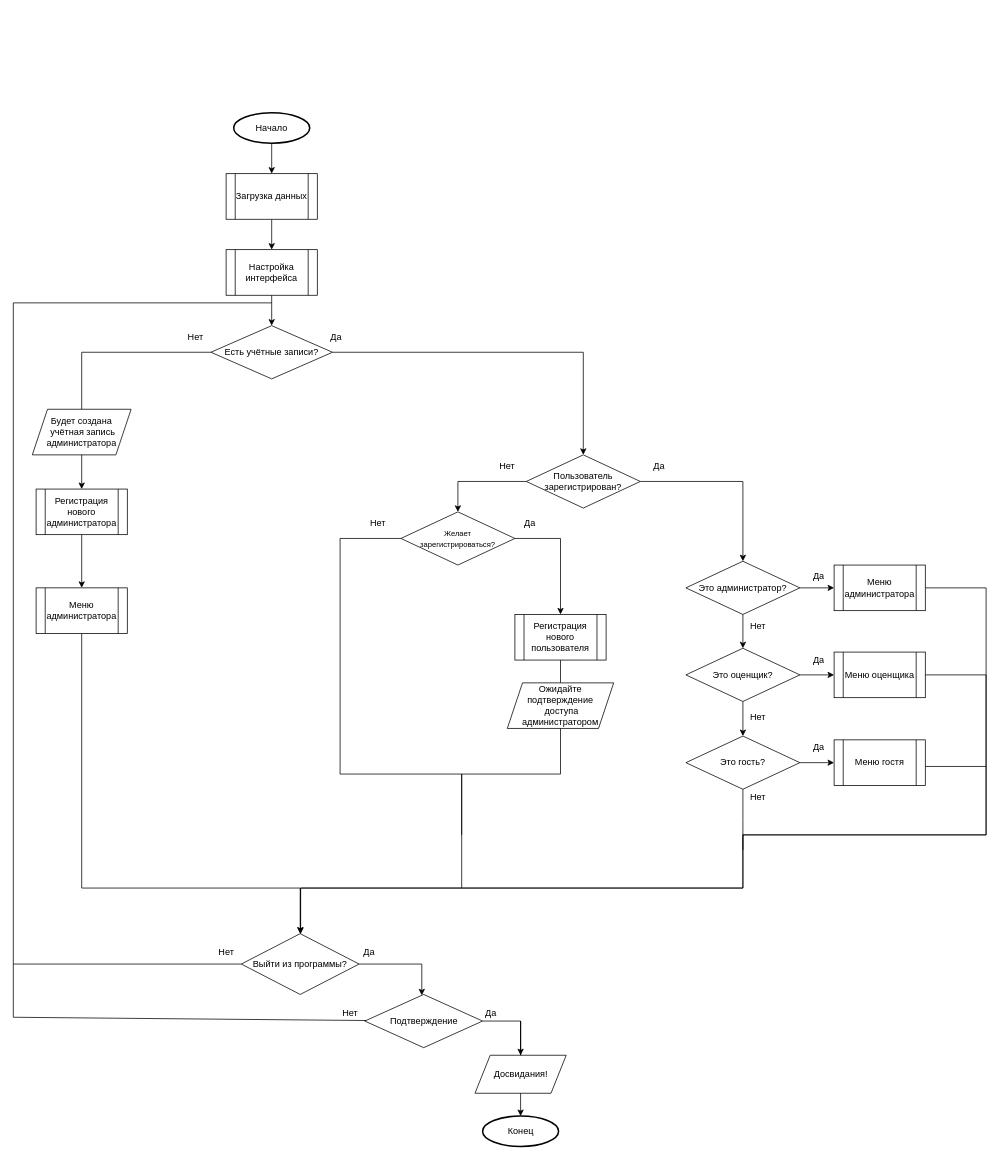
ThomasCharester/KursuckBOOPID keeps this draw.io diagram as Бюрократия/Картинки-схемы/ОтРолиПользователя.drawio. Above is the earlier version. Source tidied: cells renumbered, new cells numbered last; positions are measured from the earlier drawing's top-left corner, leaving out a move shared by most shapes. Both pictures are drawn from the tidied source at 76%, with x=0, y=0 at pixel (13, 112).
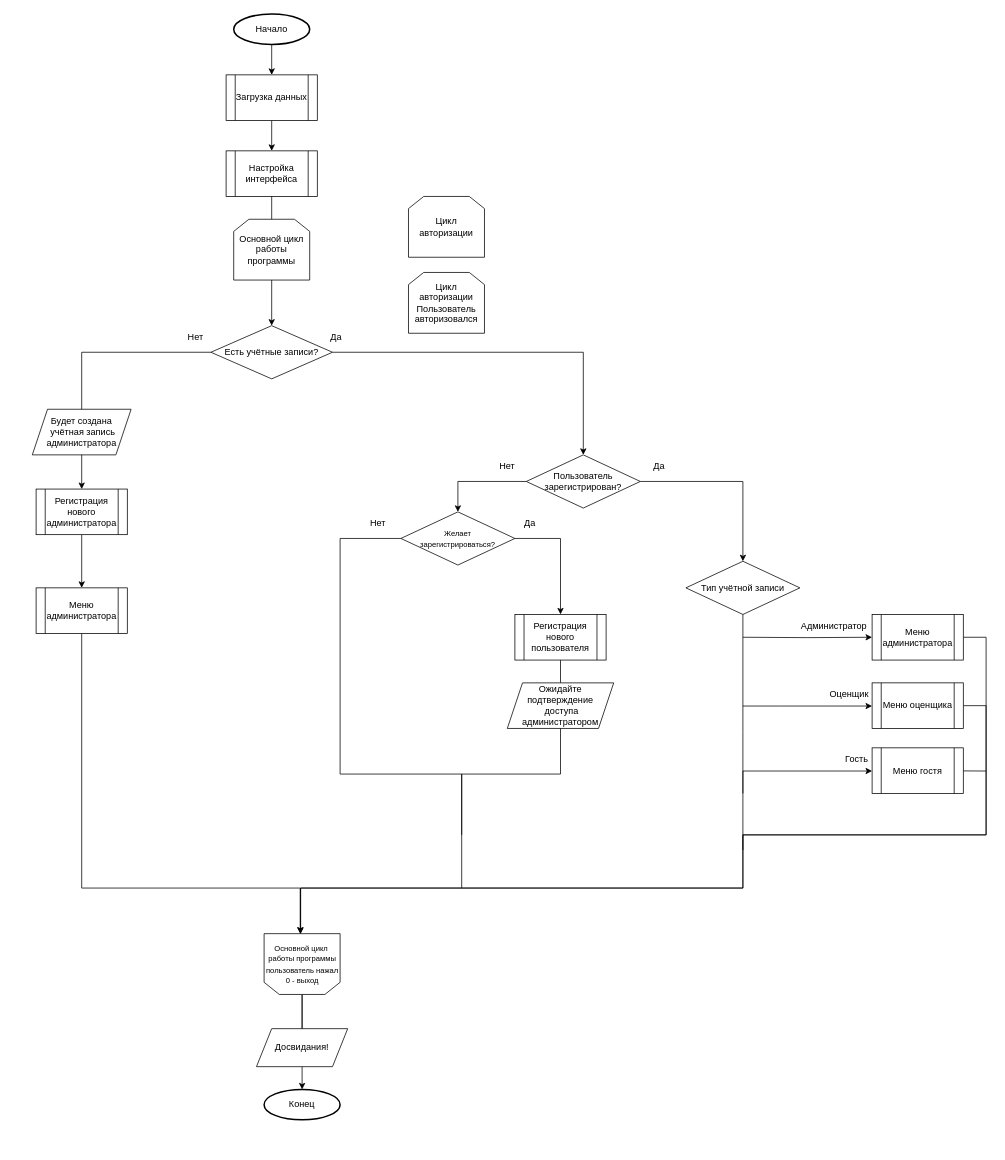
Above is the later version.

Unchanged cells that the change refers to:
```xml
<mxCell id="62" value="Меню администратора" style="shape=process;whiteSpace=wrap;html=1;backgroundOutline=1;" parent="1" vertex="1">
  <mxGeometry x="30" y="625" width="120" height="60" as="geometry" />
</mxCell>
```

Change to the diagram source:
```diff
@@
     <mxCell id="3" value="Начало" style="strokeWidth=2;html=1;shape=mxgraph.flowchart.start_1;whiteSpace=wrap;" parent="1" vertex="1">
-      <mxGeometry x="290" width="100" height="40" as="geometry" />
+      <mxGeometry x="290" y="-130" width="100" height="40" as="geometry" />
     </mxCell>
@@
     <mxCell id="5" value="Загрузка данных" style="shape=process;whiteSpace=wrap;html=1;backgroundOutline=1;" parent="1" vertex="1">
-      <mxGeometry x="280" y="80" width="120" height="60" as="geometry" />
+      <mxGeometry x="280" y="-50" width="120" height="60" as="geometry" />
     </mxCell>
@@
     <mxCell id="7" value="Настройка интерфейса" style="shape=process;whiteSpace=wrap;html=1;backgroundOutline=1;" parent="1" vertex="1">
-      <mxGeometry x="280" y="180" width="120" height="60" as="geometry" />
+      <mxGeometry x="280" y="50" width="120" height="60" as="geometry" />
     </mxCell>
-    <mxCell id="8" style="edgeStyle=orthogonalEdgeStyle;rounded=0;jettySize=auto;html=1;" parent="1" edge="1" source="10" target="13">
-      <mxGeometry relative="1" as="geometry" />
-    </mxCell>
-    <mxCell id="9" style="edgeStyle=orthogonalEdgeStyle;rounded=0;jettySize=auto;html=1;" parent="1" edge="1" source="10" target="18">
-      <mxGeometry relative="1" as="geometry" />
+    <mxCell id="9" style="edgeStyle=orthogonalEdgeStyle;rounded=0;jettySize=auto;html=1;" parent="1" edge="1" target="18">
+      <mxGeometry relative="1" as="geometry">
+        <mxPoint x="960" y="690" as="sourcePoint" />
+      </mxGeometry>
     </mxCell>
-    <mxCell id="10" value="Это администратор?" style="rhombus;whiteSpace=wrap;html=1;" parent="1" vertex="1">
+    <mxCell id="10" value="Тип учётной записи" style="rhombus;whiteSpace=wrap;html=1;" parent="1" vertex="1">
       <mxGeometry x="885" y="590" width="150" height="70" as="geometry" />
     </mxCell>
-    <mxCell id="11" style="edgeStyle=orthogonalEdgeStyle;rounded=0;jettySize=auto;html=1;" parent="1" edge="1" source="13" target="16">
-      <mxGeometry relative="1" as="geometry" />
-    </mxCell>
-    <mxCell id="12" style="edgeStyle=orthogonalEdgeStyle;rounded=0;jettySize=auto;html=1;" parent="1" edge="1" source="13" target="20">
-      <mxGeometry relative="1" as="geometry" />
+    <mxCell id="12" style="edgeStyle=orthogonalEdgeStyle;rounded=0;jettySize=auto;html=1;" parent="1" edge="1" target="20">
+      <mxGeometry relative="1" as="geometry">
+        <mxPoint x="960" y="780.5" as="sourcePoint" />
+        <Array as="points">
+          <mxPoint x="1010" y="780.5" />
+          <mxPoint x="1010" y="780.5" />
+        </Array>
+      </mxGeometry>
     </mxCell>
-    <mxCell id="13" value="Это оценщик?" style="rhombus;whiteSpace=wrap;html=1;" parent="1" vertex="1">
-      <mxGeometry x="885" y="704.5" width="150" height="70" as="geometry" />
-    </mxCell>
-    <mxCell id="14" style="edgeStyle=orthogonalEdgeStyle;rounded=0;jettySize=auto;html=1;" parent="1" edge="1" source="16" target="21">
-      <mxGeometry relative="1" as="geometry" />
+    <mxCell id="14" style="edgeStyle=orthogonalEdgeStyle;rounded=0;jettySize=auto;html=1;" parent="1" edge="1" target="21">
+      <mxGeometry relative="1" as="geometry">
+        <mxPoint x="960" y="895.5" as="sourcePoint" />
+        <Array as="points">
+          <mxPoint x="960" y="866" />
+        </Array>
+      </mxGeometry>
     </mxCell>
-    <mxCell id="15" style="edgeStyle=orthogonalEdgeStyle;rounded=0;jettySize=auto;html=1;endArrow=none;endFill=0;" parent="1" edge="1" source="16">
+    <mxCell id="15" style="edgeStyle=orthogonalEdgeStyle;rounded=0;jettySize=auto;html=1;endArrow=none;endFill=0;exitX=0.5;exitY=1;exitDx=0;exitDy=0;" parent="1" edge="1" source="10">
       <mxGeometry relative="1" as="geometry">
         <mxPoint x="960" y="970" as="targetPoint" />
       </mxGeometry>
     </mxCell>
-    <mxCell id="16" value="Это гость?" style="rhombus;whiteSpace=wrap;html=1;" parent="1" vertex="1">
-      <mxGeometry x="885" y="820" width="150" height="70" as="geometry" />
-    </mxCell>
-    <mxCell id="17" style="edgeStyle=orthogonalEdgeStyle;rounded=0;jettySize=auto;html=1;" parent="1" edge="1" source="18" target="29">
+    <mxCell id="17" style="edgeStyle=orthogonalEdgeStyle;rounded=0;jettySize=auto;html=1;" parent="1" edge="1" source="18">
       <mxGeometry relative="1" as="geometry">
+        <mxPoint x="378" y="1080.3" as="targetPoint" />
         <Array as="points">
-          <mxPoint x="1280" y="625" />
+          <mxPoint x="1280" y="690" />
           <mxPoint x="1280" y="950" />
           <mxPoint x="960" y="950" />
           <mxPoint x="960" y="1020" />
           <mxPoint x="378" y="1020" />
         </Array>
       </mxGeometry>
     </mxCell>
     <mxCell id="18" value="Меню администратора" style="shape=process;whiteSpace=wrap;html=1;backgroundOutline=1;" parent="1" vertex="1">
-      <mxGeometry x="1080" y="595" width="120" height="60" as="geometry" />
+      <mxGeometry x="1130" y="660" width="120" height="60" as="geometry" />
     </mxCell>
-    <mxCell id="19" style="edgeStyle=orthogonalEdgeStyle;rounded=0;jettySize=auto;html=1;endArrow=none;endFill=0;" parent="1" edge="1" source="20" target="29">
+    <mxCell id="19" style="edgeStyle=orthogonalEdgeStyle;rounded=0;jettySize=auto;html=1;endArrow=none;endFill=0;" parent="1" edge="1" source="20">
       <mxGeometry relative="1" as="geometry">
+        <mxPoint x="378" y="1080.3" as="targetPoint" />
         <Array as="points">
-          <mxPoint x="1280" y="740" />
+          <mxPoint x="1280" y="780" />
           <mxPoint x="1280" y="950" />
           <mxPoint x="960" y="950" />
           <mxPoint x="960" y="1020" />
           <mxPoint x="378" y="1020" />
         </Array>
       </mxGeometry>
     </mxCell>
     <mxCell id="20" value="Меню оценщика" style="shape=process;whiteSpace=wrap;html=1;backgroundOutline=1;" parent="1" vertex="1">
-      <mxGeometry x="1080" y="709.5" width="120" height="60" as="geometry" />
+      <mxGeometry x="1130" y="750" width="120" height="60" as="geometry" />
     </mxCell>
     <mxCell id="21" value="Меню гостя" style="shape=process;whiteSpace=wrap;html=1;backgroundOutline=1;" parent="1" vertex="1">
-      <mxGeometry x="1080" y="825" width="120" height="60" as="geometry" />
+      <mxGeometry x="1130" y="835.5" width="120" height="60" as="geometry" />
     </mxCell>
-    <mxCell id="22" value="Да" style="text;html=1;align=center;verticalAlign=middle;whiteSpace=wrap;rounded=0;" parent="1" vertex="1">
-      <mxGeometry x="1030" y="595" width="60" height="30" as="geometry" />
+    <mxCell id="22" value="Администратор" style="text;html=1;align=center;verticalAlign=middle;whiteSpace=wrap;rounded=0;" parent="1" vertex="1">
+      <mxGeometry x="1050" y="660" width="60" height="30" as="geometry" />
     </mxCell>
-    <mxCell id="23" value="Да" style="text;html=1;align=center;verticalAlign=middle;whiteSpace=wrap;rounded=0;" parent="1" vertex="1">
-      <mxGeometry x="1030" y="704.5" width="60" height="30" as="geometry" />
+    <mxCell id="23" value="Оценщик" style="text;html=1;align=center;verticalAlign=middle;whiteSpace=wrap;rounded=0;" parent="1" vertex="1">
+      <mxGeometry x="1070" y="750" width="60" height="30" as="geometry" />
     </mxCell>
-    <mxCell id="24" value="Да" style="text;html=1;align=center;verticalAlign=middle;whiteSpace=wrap;rounded=0;" parent="1" vertex="1">
-      <mxGeometry x="1030" y="820" width="60" height="30" as="geometry" />
+    <mxCell id="24" value="Гость" style="text;html=1;align=center;verticalAlign=middle;whiteSpace=wrap;rounded=0;" parent="1" vertex="1">
+      <mxGeometry x="1080" y="835.5" width="60" height="30" as="geometry" />
     </mxCell>
-    <mxCell id="25" value="Нет" style="text;html=1;align=center;verticalAlign=middle;whiteSpace=wrap;rounded=0;" parent="1" vertex="1">
-      <mxGeometry x="950" y="780" width="60" height="30" as="geometry" />
-    </mxCell>
-    <mxCell id="26" value="Нет" style="text;html=1;align=center;verticalAlign=middle;whiteSpace=wrap;rounded=0;" parent="1" vertex="1">
-      <mxGeometry x="950" y="660" width="60" height="30" as="geometry" />
-    </mxCell>
-    <mxCell id="27" style="edgeStyle=orthogonalEdgeStyle;rounded=0;jettySize=auto;html=1;exitX=0;exitY=0.5;exitDx=0;exitDy=0;endArrow=none;endFill=0;" parent="1" edge="1" source="29">
-      <mxGeometry relative="1" as="geometry">
-        <mxPoint x="340" y="250" as="targetPoint" />
-        <Array as="points">
-          <mxPoint y="1120" />
-          <mxPoint y="250" />
-        </Array>
-      </mxGeometry>
-    </mxCell>
-    <mxCell id="28" style="edgeStyle=orthogonalEdgeStyle;rounded=0;jettySize=auto;html=1;" parent="1" edge="1" source="29" target="32">
+    <mxCell id="28" style="edgeStyle=orthogonalEdgeStyle;rounded=0;orthogonalLoop=1;jettySize=auto;html=1;" parent="1" edge="1">
       <mxGeometry relative="1" as="geometry">
+        <mxPoint x="455" y="1120" as="sourcePoint" />
         <Array as="points">
           <mxPoint x="537.5" y="1120" />
         </Array>
       </mxGeometry>
     </mxCell>
-    <mxCell id="29" value="Выйти из программы?" style="rhombus;whiteSpace=wrap;html=1;" parent="1" vertex="1">
-      <mxGeometry x="300" y="1080" width="155" height="80" as="geometry" />
-    </mxCell>
-    <mxCell id="30" value="Нет" style="text;html=1;align=center;verticalAlign=middle;strokeColor=none;fillColor=none;" parent="1" vertex="1">
-      <mxGeometry x="260" y="1090" width="40" height="30" as="geometry" />
-    </mxCell>
     <mxCell id="31" style="edgeStyle=orthogonalEdgeStyle;rounded=0;jettySize=auto;html=1;" parent="1" edge="1" source="38" target="34">
       <mxGeometry relative="1" as="geometry">
         <Array as="points">
-          <mxPoint x="667.5" y="1195" />
+          <mxPoint x="380" y="1160" />
         </Array>
       </mxGeometry>
     </mxCell>
-    <mxCell id="32" value="Подтверждение" style="rhombus;whiteSpace=wrap;html=1;" parent="1" vertex="1">
-      <mxGeometry x="462.5" y="1160" width="155" height="70" as="geometry" />
-    </mxCell>
-    <mxCell id="33" value="Да" style="text;html=1;align=center;verticalAlign=middle;strokeColor=none;fillColor=none;" parent="1" vertex="1">
-      <mxGeometry x="447.5" y="1090" width="40" height="30" as="geometry" />
-    </mxCell>
     <mxCell id="34" value="Конец" style="strokeWidth=2;html=1;shape=mxgraph.flowchart.start_1;whiteSpace=wrap;" parent="1" vertex="1">
-      <mxGeometry x="617.5" y="1320" width="100" height="40" as="geometry" />
+      <mxGeometry x="330" y="1285" width="100" height="40" as="geometry" />
     </mxCell>
-    <mxCell id="35" value="Да" style="text;html=1;align=center;verticalAlign=middle;strokeColor=none;fillColor=none;" parent="1" vertex="1">
-      <mxGeometry x="607.5" y="1170" width="40" height="30" as="geometry" />
-    </mxCell>
-    <mxCell id="36" value="Нет" style="text;html=1;align=center;verticalAlign=middle;strokeColor=none;fillColor=none;" parent="1" vertex="1">
-      <mxGeometry x="422.5" y="1170" width="40" height="30" as="geometry" />
-    </mxCell>
-    <mxCell id="37" style="edgeStyle=orthogonalEdgeStyle;rounded=0;jettySize=auto;html=1;exitX=1;exitY=0.5;exitDx=0;exitDy=0;" parent="1" edge="1" source="32" target="38">
-      <mxGeometry relative="1" as="geometry" />
-    </mxCell>
     <mxCell id="38" value="Досвидания!" style="shape=parallelogram;perimeter=parallelogramPerimeter;whiteSpace=wrap;html=1;fixedSize=1;" parent="1" vertex="1">
-      <mxGeometry x="607.5" y="1240" width="120" height="50" as="geometry" />
+      <mxGeometry x="320" y="1205" width="120" height="50" as="geometry" />
     </mxCell>
@@
-    <mxCell id="52" style="endArrow=none;html=1;rounded=0;" parent="1" edge="1" target="32">
-      <mxGeometry relative="1" as="geometry">
-        <mxPoint y="1120" as="sourcePoint" />
-        <Array as="points">
-          <mxPoint y="1190" />
-        </Array>
-      </mxGeometry>
-    </mxCell>
@@
-    <mxCell id="61" style="edgeStyle=orthogonalEdgeStyle;rounded=0;jettySize=auto;html=1;entryX=0.5;entryY=0;entryDx=0;entryDy=0;" parent="1" edge="1" source="62" target="29">
+    <mxCell id="61" style="edgeStyle=orthogonalEdgeStyle;rounded=0;jettySize=auto;html=1;entryX=0.5;entryY=0;entryDx=0;entryDy=0;" parent="1" edge="1" source="62">
       <mxGeometry relative="1" as="geometry">
+        <mxPoint x="377.5" y="1080" as="targetPoint" />
         <Array as="points">
           <mxPoint x="90" y="1020" />
           <mxPoint x="378" y="1020" />
         </Array>
       </mxGeometry>
     </mxCell>
@@
-    <mxCell id="63" style="endArrow=none;html=1;rounded=0;" parent="1" edge="1">
+    <mxCell id="63" style="endArrow=none;html=1;rounded=0;" parent="1" edge="1" source="21">
       <mxGeometry relative="1" as="geometry">
-        <mxPoint x="1200" y="860" as="sourcePoint" />
-        <mxPoint x="1280" y="860" as="targetPoint" />
+        <mxPoint x="1280" y="866" as="targetPoint" />
       </mxGeometry>
     </mxCell>
-    <mxCell id="64" value="Нет" style="text;html=1;align=center;verticalAlign=middle;whiteSpace=wrap;rounded=0;" parent="1" vertex="1">
-      <mxGeometry x="950" y="885" width="60" height="30" as="geometry" />
-    </mxCell>
+    <mxCell id="65" value="Цикл авторизации" style="shape=loopLimit;whiteSpace=wrap;html=1;" parent="1" vertex="1">
+      <mxGeometry x="520" y="110" width="100" height="80" as="geometry" />
+    </mxCell>
+    <mxCell id="66" value="Основной цикл работы программы" style="shape=loopLimit;whiteSpace=wrap;html=1;" parent="1" vertex="1">
+      <mxGeometry x="290" y="140" width="100" height="80" as="geometry" />
+    </mxCell>
+    <mxCell id="67" value="Цикл авторизации&lt;div&gt;Пользователь авторизовался&lt;/div&gt;" style="shape=loopLimit;whiteSpace=wrap;html=1;" parent="1" vertex="1">
+      <mxGeometry x="520" y="210" width="100" height="80" as="geometry" />
+    </mxCell>
+    <mxCell id="68" style="shape=loopLimit;whiteSpace=wrap;html=1;rotation=-180;" parent="1" vertex="1">
+      <mxGeometry x="330" y="1080" width="100" height="80" as="geometry" />
+    </mxCell>
+    <mxCell id="69" value="&lt;font style=&quot;font-size: 10px;&quot;&gt;&lt;span style=&quot;text-wrap: wrap;&quot;&gt;Основной&amp;nbsp;&lt;/span&gt;&lt;span style=&quot;text-wrap: wrap; background-color: initial;&quot;&gt;цикл&amp;nbsp;&lt;/span&gt;&lt;/font&gt;&lt;div&gt;&lt;div&gt;&lt;span style=&quot;text-wrap: wrap;&quot;&gt;&lt;font style=&quot;font-size: 10px;&quot;&gt;работы программы&lt;/font&gt;&lt;/span&gt;&lt;/div&gt;&lt;div&gt;&lt;font style=&quot;font-size: 10px;&quot;&gt;&lt;span style=&quot;text-wrap: wrap;&quot;&gt;&amp;nbsp;&lt;/span&gt;&lt;span style=&quot;text-wrap: wrap; background-color: initial;&quot;&gt;пользователь&amp;nbsp;&lt;/span&gt;&lt;span style=&quot;background-color: initial; text-wrap: wrap;&quot;&gt;нажал&amp;nbsp;&lt;/span&gt;&lt;/font&gt;&lt;/div&gt;&lt;div&gt;&lt;span style=&quot;background-color: initial; text-wrap: wrap;&quot;&gt;&lt;font style=&quot;font-size: 10px;&quot;&gt;0 - выход&lt;/font&gt;&lt;/span&gt;&lt;/div&gt;&lt;/div&gt;" style="text;html=1;align=center;verticalAlign=middle;strokeColor=none;fillColor=none;" parent="1" vertex="1">
+      <mxGeometry x="320" y="1085" width="120" height="70" as="geometry" />
+    </mxCell>
```
